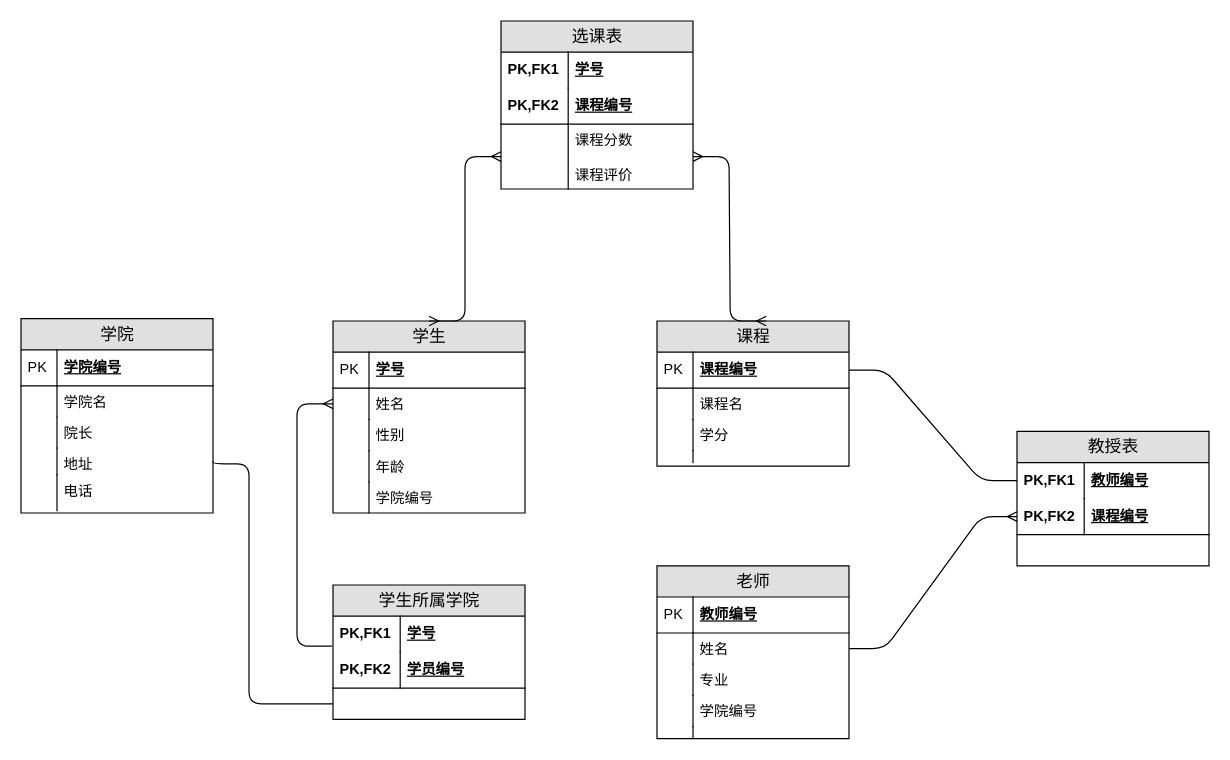
This is 未命名绘图.drawio from qiaoqiangPro/insectsLists, a draw.io file, before an edit. Source tidied: cells renumbered, new cells numbered last; positions are measured from the earlier drawing's top-left corner, leaving out a move shared by most shapes. Both pictures are drawn from the tidied source at 120%, with x=0, y=0 at pixel (20, 20).
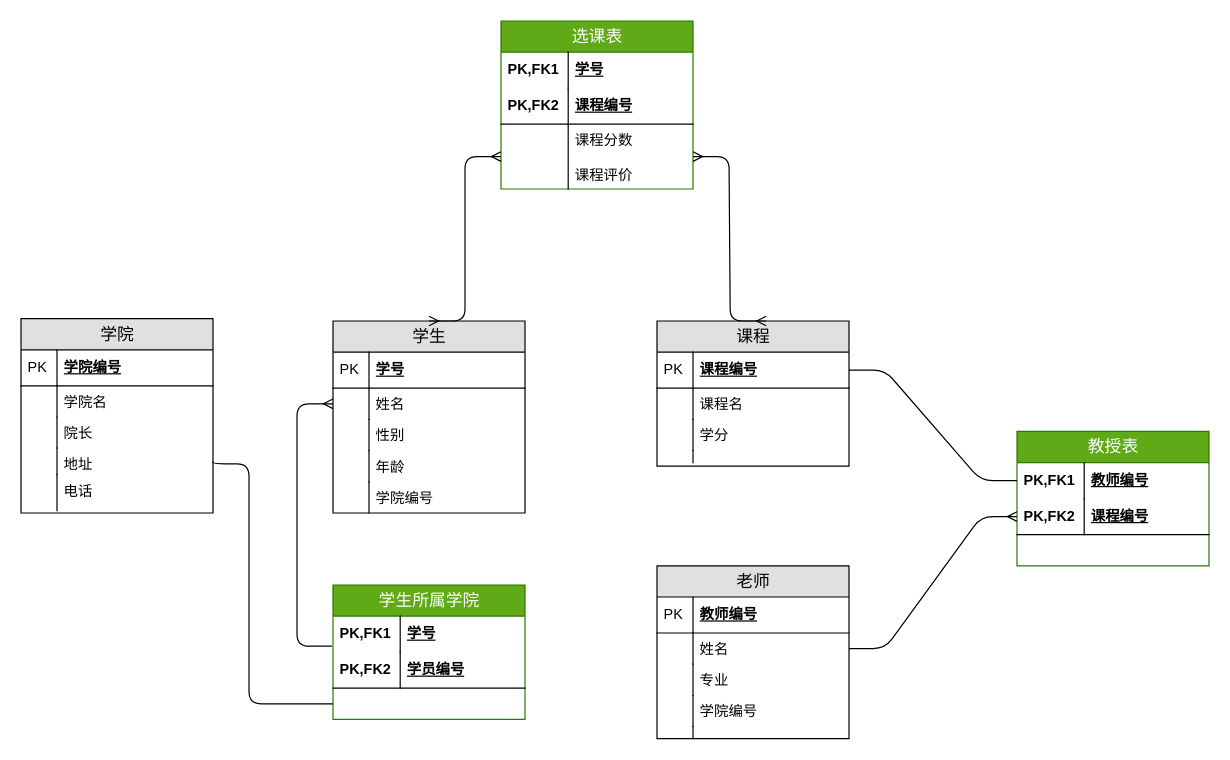
The same page after the edit.

Commit message (it also covers changes not shown here):
更新未命名绘图.drawio

Change to the diagram source:
```diff
@@
-    <mxCell id="33" value="教授表" style="swimlane;html=1;fontStyle=0;horizontal=1;startSize=26;fillColor=#e0e0e0;swimlaneFillColor=#ffffff;align=center;rounded=0;shadow=0;comic=0;labelBackgroundColor=none;strokeWidth=1;fontFamily=Verdana;fontSize=14;" parent="1" vertex="1">
+    <mxCell id="33" value="教授表" style="swimlane;html=1;fontStyle=0;horizontal=1;startSize=26;fillColor=#60a917;swimlaneFillColor=#ffffff;align=center;rounded=0;shadow=0;comic=0;labelBackgroundColor=none;strokeWidth=1;fontFamily=Verdana;fontSize=14;fontColor=#ffffff;strokeColor=#2D7600;" parent="1" vertex="1">
       <mxGeometry x="830" y="342" width="160" height="112" as="geometry" />
     </mxCell>
@@
-    <mxCell id="38" value="学生所属学院" style="swimlane;html=1;fontStyle=0;horizontal=1;startSize=26;fillColor=#e0e0e0;swimlaneFillColor=#ffffff;align=center;rounded=0;shadow=0;comic=0;labelBackgroundColor=none;strokeWidth=1;fontFamily=Verdana;fontSize=14;" parent="1" vertex="1">
+    <mxCell id="38" value="学生所属学院" style="swimlane;html=1;fontStyle=0;horizontal=1;startSize=26;fillColor=#60a917;swimlaneFillColor=#ffffff;align=center;rounded=0;shadow=0;comic=0;labelBackgroundColor=none;strokeWidth=1;fontFamily=Verdana;fontSize=14;fontColor=#ffffff;strokeColor=#2D7600;" parent="1" vertex="1">
       <mxGeometry x="260" y="470" width="160" height="112" as="geometry" />
     </mxCell>
@@
-    <mxCell id="44" value="选课表" style="swimlane;html=1;fontStyle=0;horizontal=1;startSize=26;fillColor=#e0e0e0;swimlaneFillColor=#ffffff;align=center;rounded=0;shadow=0;comic=0;labelBackgroundColor=none;strokeWidth=1;fontFamily=Verdana;fontSize=14;" parent="1" vertex="1">
+    <mxCell id="44" value="选课表" style="swimlane;html=1;fontStyle=0;horizontal=1;startSize=26;fillColor=#60a917;swimlaneFillColor=#ffffff;align=center;rounded=0;shadow=0;comic=0;labelBackgroundColor=none;strokeWidth=1;fontFamily=Verdana;fontSize=14;fontColor=#ffffff;strokeColor=#2D7600;" parent="1" vertex="1">
       <mxGeometry x="400" width="160" height="140" as="geometry" />
     </mxCell>
```
